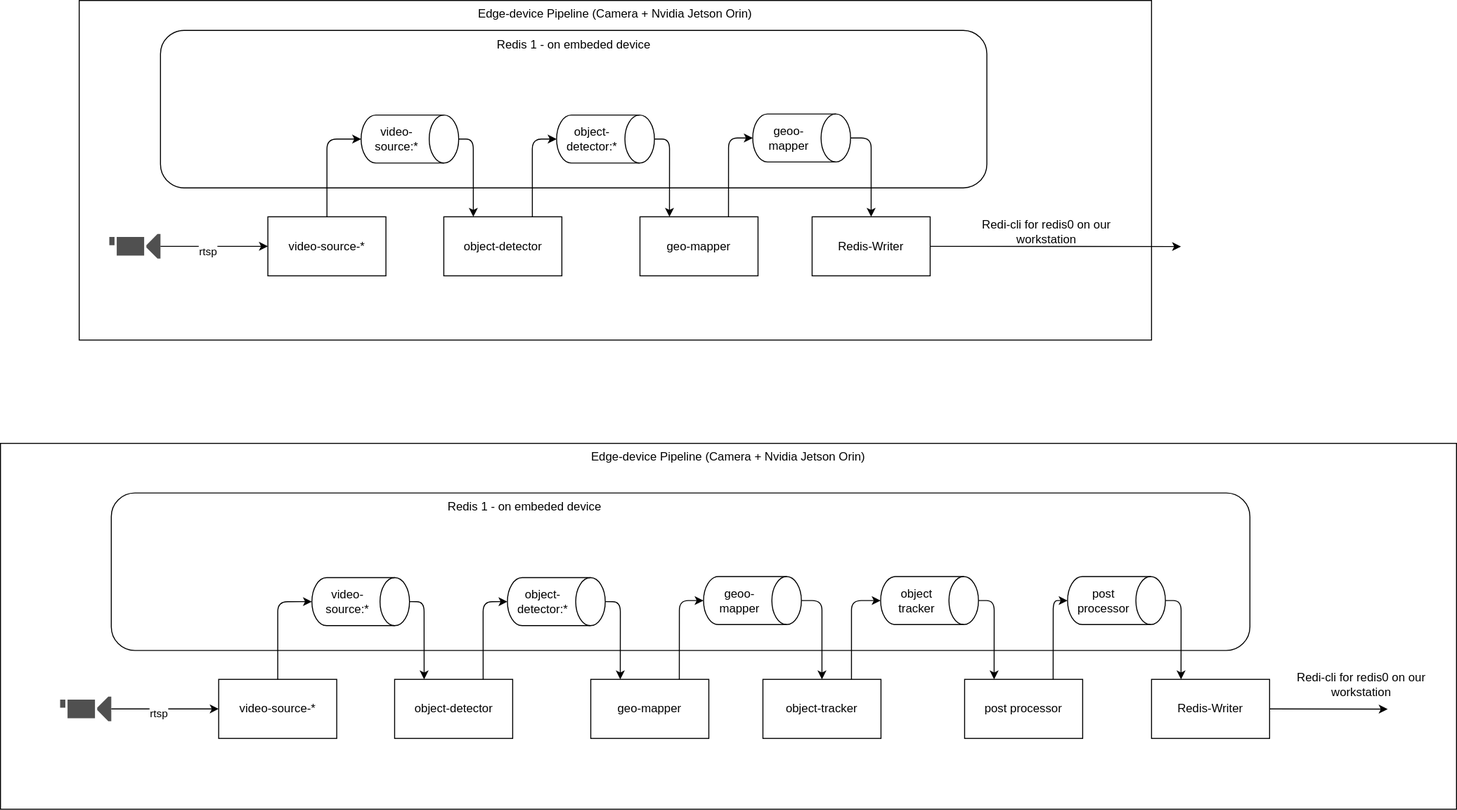
This is doc/edge_pipeline.drawio.svg from siri-rouser/Multi-Camera-Vision-Pipeline-YQ, a draw.io export, as it was before one commit. Source tidied: cells renumbered, new cells last; positions are measured from the earlier drawing's top-left corner, leaving out a move shared by most shapes. The source it was exported from:
```xml
<mxGraphModel>
  <root>
    <mxCell id="0" />
    <mxCell id="1" parent="0" />
    <mxCell id="2" value="Edge-device Pipeline (Camera + Nvidia Jetson Orin)" style="rounded=0;whiteSpace=wrap;html=1;verticalAlign=top;" parent="1" vertex="1">
      <mxGeometry x="80" width="1090" height="345" as="geometry" />
    </mxCell>
    <mxCell id="3" value="video-source-*" style="rounded=0;whiteSpace=wrap;html=1;" parent="1" vertex="1">
      <mxGeometry x="271.8" y="219.8" width="120" height="60" as="geometry" />
    </mxCell>
    <mxCell id="4" style="sketch=0;shadow=0;dashed=0;html=1;strokeColor=none;fillColor=#505050;labelPosition=center;verticalLabelPosition=bottom;verticalAlign=top;outlineConnect=0;align=center;shape=mxgraph.office.devices.video_camera;" parent="1" vertex="1">
      <mxGeometry x="110.6" y="237.3" width="52" height="25" as="geometry" />
    </mxCell>
    <mxCell id="5" value="rtsp" style="endArrow=classic;html=1;entryX=0;entryY=0.5;entryDx=0;entryDy=0;edgeStyle=orthogonalEdgeStyle;" parent="1" edge="1" source="4" target="3">
      <mxGeometry x="-0.11" y="-5" relative="1" as="geometry" />
    </mxCell>
    <mxCell id="6" value="&lt;font&gt;Multiple Video Stream&lt;/font&gt;" style="text;html=1;align=center;verticalAlign=middle;fillColor=none;fontColor=#FFFFFF;" parent="1" vertex="1">
      <mxGeometry x="80" y="265" width="140" height="30" as="geometry" />
    </mxCell>
    <mxCell id="7" value="object-detector" style="rounded=0;whiteSpace=wrap;html=1;" parent="1" vertex="1">
      <mxGeometry x="450.6" y="219.8" width="120" height="60" as="geometry" />
    </mxCell>
    <mxCell id="8" value="geo-mapper" style="rounded=0;whiteSpace=wrap;html=1;" parent="1" vertex="1">
      <mxGeometry x="650" y="219.8" width="120" height="60" as="geometry" />
    </mxCell>
    <mxCell id="9" style="rounded=1;whiteSpace=wrap;html=1;" parent="1" vertex="1">
      <mxGeometry x="162.6" y="30.4" width="840" height="160" as="geometry" />
    </mxCell>
    <mxCell id="10" style="edgeStyle=orthogonalEdgeStyle;html=1;exitX=0.5;exitY=0;exitDx=0;exitDy=0;exitPerimeter=0;entryX=0.25;entryY=0;entryDx=0;entryDy=0;" parent="1" edge="1" source="11" target="7">
      <mxGeometry relative="1" as="geometry" />
    </mxCell>
    <mxCell id="11" value="video-&lt;br&gt;source:*" style="shape=cylinder3;whiteSpace=wrap;html=1;boundedLbl=1;backgroundOutline=1;size=15;rotation=90;horizontal=0;" parent="1" vertex="1">
      <mxGeometry x="391.8" y="91.2" width="48.8" height="99.2" as="geometry" />
    </mxCell>
    <mxCell id="12" style="edgeStyle=orthogonalEdgeStyle;html=1;exitX=0.5;exitY=0;exitDx=0;exitDy=0;exitPerimeter=0;entryX=0.25;entryY=0;entryDx=0;entryDy=0;" parent="1" edge="1" source="13" target="8">
      <mxGeometry relative="1" as="geometry" />
    </mxCell>
    <mxCell id="13" value="object-detector:*" style="shape=cylinder3;whiteSpace=wrap;html=1;boundedLbl=1;backgroundOutline=1;size=15;rotation=90;horizontal=0;" parent="1" vertex="1">
      <mxGeometry x="590.6" y="91.1" width="48.8" height="99.4" as="geometry" />
    </mxCell>
    <mxCell id="14" style="edgeStyle=orthogonalEdgeStyle;html=1;exitX=0.5;exitY=0;exitDx=0;exitDy=0;exitPerimeter=0;entryX=0.5;entryY=0;entryDx=0;entryDy=0;" parent="1" edge="1" source="15" target="19">
      <mxGeometry relative="1" as="geometry" />
    </mxCell>
    <mxCell id="15" value="geoo-mapper" style="shape=cylinder3;whiteSpace=wrap;html=1;boundedLbl=1;backgroundOutline=1;size=15;rotation=90;horizontal=0;" parent="1" vertex="1">
      <mxGeometry x="790" y="90" width="48.8" height="99.4" as="geometry" />
    </mxCell>
    <mxCell id="16" style="edgeStyle=orthogonalEdgeStyle;html=1;entryX=0.5;entryY=1;entryDx=0;entryDy=0;entryPerimeter=0;" parent="1" edge="1" source="3" target="11">
      <mxGeometry relative="1" as="geometry" />
    </mxCell>
    <mxCell id="17" style="edgeStyle=orthogonalEdgeStyle;html=1;exitX=0.75;exitY=0;exitDx=0;exitDy=0;entryX=0.5;entryY=1;entryDx=0;entryDy=0;entryPerimeter=0;" parent="1" edge="1" source="7" target="13">
      <mxGeometry relative="1" as="geometry" />
    </mxCell>
    <mxCell id="18" style="edgeStyle=orthogonalEdgeStyle;html=1;exitX=0.75;exitY=0;exitDx=0;exitDy=0;entryX=0.5;entryY=1;entryDx=0;entryDy=0;entryPerimeter=0;" parent="1" edge="1" source="8" target="15">
      <mxGeometry relative="1" as="geometry" />
    </mxCell>
    <mxCell id="19" value="&lt;span style=&quot;font-weight: normal;&quot;&gt;Redis-Writer&lt;/span&gt;" style="rounded=0;whiteSpace=wrap;html=1;fontStyle=1;" parent="1" vertex="1">
      <mxGeometry x="825" y="219.8" width="120" height="60" as="geometry" />
    </mxCell>
    <mxCell id="20" value="Redis 1 - on embeded device" style="text;html=1;strokeColor=none;fillColor=none;align=center;verticalAlign=middle;whiteSpace=wrap;rounded=0;" parent="1" vertex="1">
      <mxGeometry x="497.6" y="30.4" width="170" height="30" as="geometry" />
    </mxCell>
    <mxCell id="21" value="Redi-cli for redis0 on our workstation" style="text;html=1;strokeColor=none;fillColor=none;align=center;verticalAlign=middle;whiteSpace=wrap;rounded=0;" parent="1" vertex="1">
      <mxGeometry x="980" y="210" width="167.4" height="50" as="geometry" />
    </mxCell>
    <mxCell id="22" style="endArrow=classic;html=1;exitX=1;exitY=0.5;exitDx=0;exitDy=0;" parent="1" edge="1" source="19">
      <mxGeometry relative="1" as="geometry">
        <mxPoint x="1200" y="250" as="targetPoint" />
      </mxGeometry>
    </mxCell>
    <mxCell id="23" value="Edge-device Pipeline (Camera + Nvidia Jetson Orin)" style="rounded=0;whiteSpace=wrap;html=1;verticalAlign=top;" parent="1" vertex="1">
      <mxGeometry y="450" width="1480" height="371.7" as="geometry" />
    </mxCell>
    <mxCell id="24" value="video-source-*" style="rounded=0;whiteSpace=wrap;html=1;" parent="1" vertex="1">
      <mxGeometry x="221.8" y="689.8" width="120" height="60" as="geometry" />
    </mxCell>
    <mxCell id="25" style="sketch=0;shadow=0;dashed=0;html=1;strokeColor=none;fillColor=#505050;labelPosition=center;verticalLabelPosition=bottom;verticalAlign=top;outlineConnect=0;align=center;shape=mxgraph.office.devices.video_camera;" parent="1" vertex="1">
      <mxGeometry x="60.6" y="707.3" width="52" height="25" as="geometry" />
    </mxCell>
    <mxCell id="26" value="rtsp" style="endArrow=classic;html=1;entryX=0;entryY=0.5;entryDx=0;entryDy=0;edgeStyle=orthogonalEdgeStyle;" parent="1" edge="1" source="25" target="24">
      <mxGeometry x="-0.11" y="-5" relative="1" as="geometry" />
    </mxCell>
    <mxCell id="27" value="&lt;font&gt;Multiple Video Stream&lt;/font&gt;" style="text;html=1;align=center;verticalAlign=middle;fillColor=none;fontColor=#FFFFFF;" parent="1" vertex="1">
      <mxGeometry x="30" y="735" width="140" height="30" as="geometry" />
    </mxCell>
    <mxCell id="28" value="object-detector" style="rounded=0;whiteSpace=wrap;html=1;" parent="1" vertex="1">
      <mxGeometry x="400.6" y="689.8" width="120" height="60" as="geometry" />
    </mxCell>
    <mxCell id="29" value="geo-mapper" style="rounded=0;whiteSpace=wrap;html=1;" parent="1" vertex="1">
      <mxGeometry x="600" y="689.8" width="120" height="60" as="geometry" />
    </mxCell>
    <mxCell id="30" style="rounded=1;whiteSpace=wrap;html=1;" parent="1" vertex="1">
      <mxGeometry x="112.6" y="500.4" width="1157.4" height="160" as="geometry" />
    </mxCell>
    <mxCell id="31" style="edgeStyle=orthogonalEdgeStyle;html=1;exitX=0.5;exitY=0;exitDx=0;exitDy=0;exitPerimeter=0;entryX=0.25;entryY=0;entryDx=0;entryDy=0;" parent="1" edge="1" source="32" target="28">
      <mxGeometry relative="1" as="geometry" />
    </mxCell>
    <mxCell id="32" value="video-&lt;br&gt;source:*" style="shape=cylinder3;whiteSpace=wrap;html=1;boundedLbl=1;backgroundOutline=1;size=15;rotation=90;horizontal=0;" parent="1" vertex="1">
      <mxGeometry x="341.8" y="561.2" width="48.8" height="99.2" as="geometry" />
    </mxCell>
    <mxCell id="33" style="edgeStyle=orthogonalEdgeStyle;html=1;exitX=0.5;exitY=0;exitDx=0;exitDy=0;exitPerimeter=0;entryX=0.25;entryY=0;entryDx=0;entryDy=0;" parent="1" edge="1" source="34" target="29">
      <mxGeometry relative="1" as="geometry" />
    </mxCell>
    <mxCell id="34" value="object-detector:*" style="shape=cylinder3;whiteSpace=wrap;html=1;boundedLbl=1;backgroundOutline=1;size=15;rotation=90;horizontal=0;" parent="1" vertex="1">
      <mxGeometry x="540.6" y="561.1" width="48.8" height="99.4" as="geometry" />
    </mxCell>
    <mxCell id="35" style="edgeStyle=orthogonalEdgeStyle;html=1;exitX=0.5;exitY=0;exitDx=0;exitDy=0;exitPerimeter=0;entryX=0.5;entryY=0;entryDx=0;entryDy=0;" parent="1" edge="1" source="36" target="40">
      <mxGeometry relative="1" as="geometry" />
    </mxCell>
    <mxCell id="36" value="geoo-mapper" style="shape=cylinder3;whiteSpace=wrap;html=1;boundedLbl=1;backgroundOutline=1;size=15;rotation=90;horizontal=0;" parent="1" vertex="1">
      <mxGeometry x="740" y="560" width="48.8" height="99.4" as="geometry" />
    </mxCell>
    <mxCell id="37" style="edgeStyle=orthogonalEdgeStyle;html=1;entryX=0.5;entryY=1;entryDx=0;entryDy=0;entryPerimeter=0;" parent="1" edge="1" source="24" target="32">
      <mxGeometry relative="1" as="geometry" />
    </mxCell>
    <mxCell id="38" style="edgeStyle=orthogonalEdgeStyle;html=1;exitX=0.75;exitY=0;exitDx=0;exitDy=0;entryX=0.5;entryY=1;entryDx=0;entryDy=0;entryPerimeter=0;" parent="1" edge="1" source="28" target="34">
      <mxGeometry relative="1" as="geometry" />
    </mxCell>
    <mxCell id="39" style="edgeStyle=orthogonalEdgeStyle;html=1;exitX=0.75;exitY=0;exitDx=0;exitDy=0;entryX=0.5;entryY=1;entryDx=0;entryDy=0;entryPerimeter=0;" parent="1" edge="1" source="29" target="36">
      <mxGeometry relative="1" as="geometry" />
    </mxCell>
    <mxCell id="40" value="&lt;span style=&quot;font-weight: normal;&quot;&gt;object-tracker&lt;/span&gt;" style="rounded=0;whiteSpace=wrap;html=1;fontStyle=1;" parent="1" vertex="1">
      <mxGeometry x="775" y="689.8" width="120" height="60" as="geometry" />
    </mxCell>
    <mxCell id="41" value="Redis 1 - on embeded device" style="text;html=1;strokeColor=none;fillColor=none;align=center;verticalAlign=middle;whiteSpace=wrap;rounded=0;" parent="1" vertex="1">
      <mxGeometry x="447.6" y="500.4" width="170" height="30" as="geometry" />
    </mxCell>
    <mxCell id="42" value="Redi-cli for redis0 on our workstation" style="text;html=1;strokeColor=none;fillColor=none;align=center;verticalAlign=middle;whiteSpace=wrap;rounded=0;" parent="1" vertex="1">
      <mxGeometry x="1300" y="670" width="167.4" height="50" as="geometry" />
    </mxCell>
    <mxCell id="43" style="endArrow=classic;html=1;exitX=1;exitY=0.5;exitDx=0;exitDy=0;" parent="1" edge="1" source="45">
      <mxGeometry relative="1" as="geometry">
        <mxPoint x="1410" y="720" as="targetPoint" />
      </mxGeometry>
    </mxCell>
    <mxCell id="44" value="object tracker" style="shape=cylinder3;whiteSpace=wrap;html=1;boundedLbl=1;backgroundOutline=1;size=15;rotation=90;horizontal=0;" parent="1" vertex="1">
      <mxGeometry x="920" y="560" width="48.8" height="99.4" as="geometry" />
    </mxCell>
    <mxCell id="45" value="&lt;span style=&quot;font-weight: normal;&quot;&gt;Redis-Writer&lt;/span&gt;" style="rounded=0;whiteSpace=wrap;html=1;fontStyle=1;" parent="1" vertex="1">
      <mxGeometry x="1170" y="689.8" width="120" height="60" as="geometry" />
    </mxCell>
    <mxCell id="46" style="edgeStyle=orthogonalEdgeStyle;html=1;exitX=0.75;exitY=0;exitDx=0;exitDy=0;entryX=0.5;entryY=1;entryDx=0;entryDy=0;entryPerimeter=0;" parent="1" edge="1" source="40" target="44">
      <mxGeometry relative="1" as="geometry" />
    </mxCell>
    <mxCell id="47" value="&lt;span style=&quot;font-weight: 400;&quot;&gt;post processor&lt;/span&gt;" style="rounded=0;whiteSpace=wrap;html=1;fontStyle=1;" parent="1" vertex="1">
      <mxGeometry x="980" y="689.8" width="120" height="60" as="geometry" />
    </mxCell>
    <mxCell id="48" style="edgeStyle=orthogonalEdgeStyle;html=1;exitX=0.5;exitY=0;exitDx=0;exitDy=0;exitPerimeter=0;entryX=0.25;entryY=0;entryDx=0;entryDy=0;" parent="1" edge="1" target="47">
      <mxGeometry relative="1" as="geometry">
        <mxPoint x="994.1" y="609.7" as="sourcePoint" />
        <Array as="points">
          <mxPoint x="1010" y="610" />
        </Array>
      </mxGeometry>
    </mxCell>
    <mxCell id="49" value="post processor" style="shape=cylinder3;whiteSpace=wrap;html=1;boundedLbl=1;backgroundOutline=1;size=15;rotation=90;horizontal=0;" parent="1" vertex="1">
      <mxGeometry x="1110" y="560" width="48.8" height="99.4" as="geometry" />
    </mxCell>
    <mxCell id="50" style="edgeStyle=orthogonalEdgeStyle;html=1;exitX=0.75;exitY=0;exitDx=0;exitDy=0;entryX=0.5;entryY=1;entryDx=0;entryDy=0;entryPerimeter=0;" parent="1" edge="1" source="47" target="49">
      <mxGeometry relative="1" as="geometry" />
    </mxCell>
    <mxCell id="51" style="edgeStyle=orthogonalEdgeStyle;html=1;exitX=0.5;exitY=0;exitDx=0;exitDy=0;exitPerimeter=0;entryX=0.25;entryY=0;entryDx=0;entryDy=0;" parent="1" edge="1" source="49" target="45">
      <mxGeometry relative="1" as="geometry">
        <Array as="points">
          <mxPoint x="1200" y="610" />
        </Array>
      </mxGeometry>
    </mxCell>
  </root>
</mxGraphModel>
```
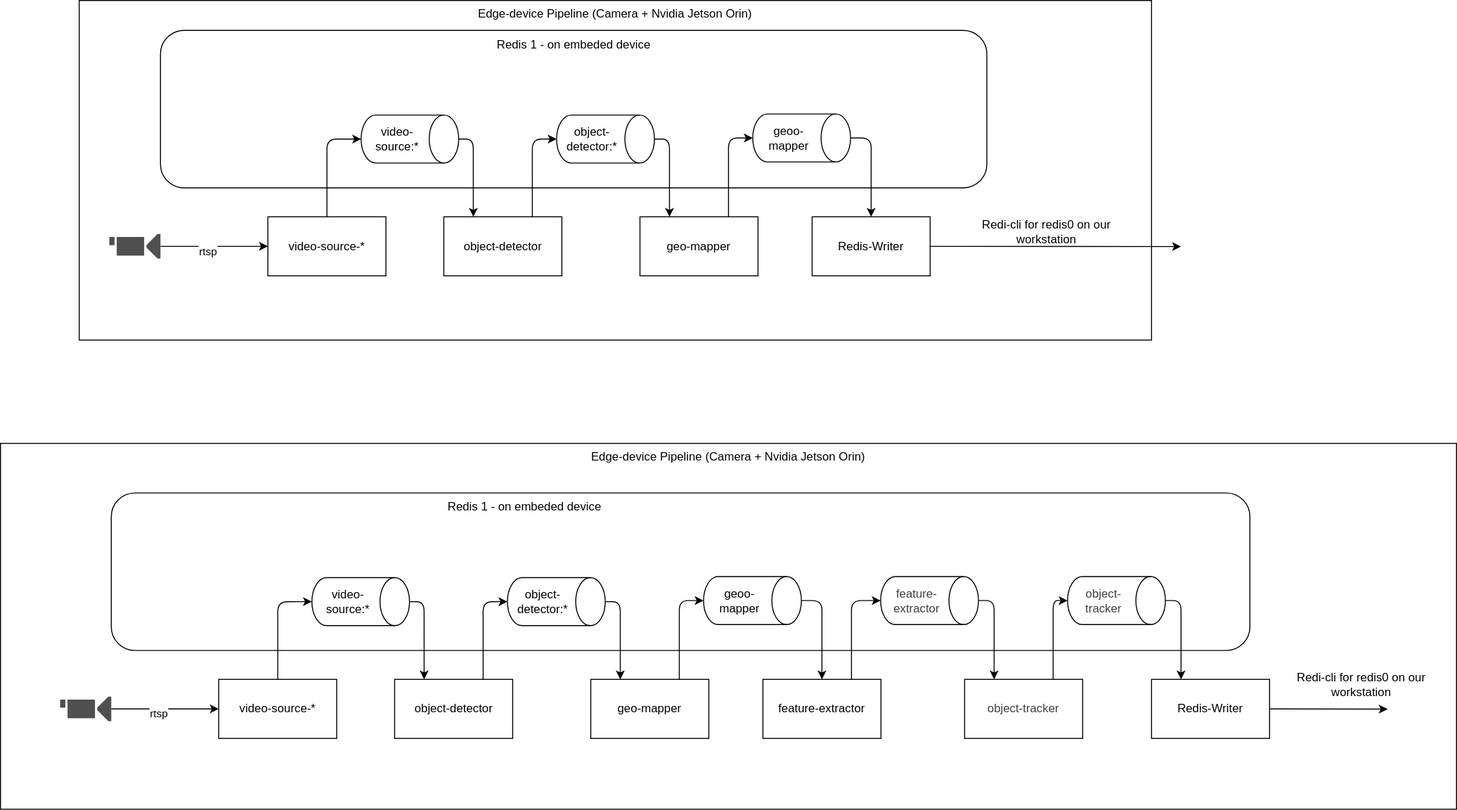
Later version of the same file.

Change to the diagram source:
```diff
@@ -118,7 +118,7 @@
     <mxCell id="39" style="edgeStyle=orthogonalEdgeStyle;html=1;exitX=0.75;exitY=0;exitDx=0;exitDy=0;entryX=0.5;entryY=1;entryDx=0;entryDy=0;entryPerimeter=0;" parent="1" edge="1" source="29" target="36">
       <mxGeometry relative="1" as="geometry" />
     </mxCell>
-    <mxCell id="40" value="&lt;span style=&quot;font-weight: normal;&quot;&gt;object-tracker&lt;/span&gt;" style="rounded=0;whiteSpace=wrap;html=1;fontStyle=1;" parent="1" vertex="1">
+    <mxCell id="40" value="&lt;span style=&quot;font-weight: normal;&quot;&gt;feature-extractor&lt;/span&gt;" style="rounded=0;whiteSpace=wrap;html=1;fontStyle=1;" parent="1" vertex="1">
       <mxGeometry x="775" y="689.8" width="120" height="60" as="geometry" />
     </mxCell>
     <mxCell id="41" value="Redis 1 - on embeded device" style="text;html=1;strokeColor=none;fillColor=none;align=center;verticalAlign=middle;whiteSpace=wrap;rounded=0;" parent="1" vertex="1">
@@ -132,7 +132,7 @@
         <mxPoint x="1410" y="720" as="targetPoint" />
       </mxGeometry>
     </mxCell>
-    <mxCell id="44" value="object tracker" style="shape=cylinder3;whiteSpace=wrap;html=1;boundedLbl=1;backgroundOutline=1;size=15;rotation=90;horizontal=0;" parent="1" vertex="1">
+    <mxCell id="44" value="&lt;span style=&quot;color: rgb(63, 63, 63);&quot;&gt;feature-extractor&lt;/span&gt;" style="shape=cylinder3;whiteSpace=wrap;html=1;boundedLbl=1;backgroundOutline=1;size=15;rotation=90;horizontal=0;" parent="1" vertex="1">
       <mxGeometry x="920" y="560" width="48.8" height="99.4" as="geometry" />
     </mxCell>
     <mxCell id="45" value="&lt;span style=&quot;font-weight: normal;&quot;&gt;Redis-Writer&lt;/span&gt;" style="rounded=0;whiteSpace=wrap;html=1;fontStyle=1;" parent="1" vertex="1">
@@ -141,7 +141,7 @@
     <mxCell id="46" style="edgeStyle=orthogonalEdgeStyle;html=1;exitX=0.75;exitY=0;exitDx=0;exitDy=0;entryX=0.5;entryY=1;entryDx=0;entryDy=0;entryPerimeter=0;" parent="1" edge="1" source="40" target="44">
       <mxGeometry relative="1" as="geometry" />
     </mxCell>
-    <mxCell id="47" value="&lt;span style=&quot;font-weight: 400;&quot;&gt;post processor&lt;/span&gt;" style="rounded=0;whiteSpace=wrap;html=1;fontStyle=1;" parent="1" vertex="1">
+    <mxCell id="47" value="&lt;span style=&quot;color: rgb(63, 63, 63); font-weight: 400;&quot;&gt;object-tracker&lt;/span&gt;" style="rounded=0;whiteSpace=wrap;html=1;fontStyle=1;" parent="1" vertex="1">
       <mxGeometry x="980" y="689.8" width="120" height="60" as="geometry" />
     </mxCell>
     <mxCell id="48" style="edgeStyle=orthogonalEdgeStyle;html=1;exitX=0.5;exitY=0;exitDx=0;exitDy=0;exitPerimeter=0;entryX=0.25;entryY=0;entryDx=0;entryDy=0;" parent="1" edge="1" target="47">
@@ -152,7 +152,7 @@
         </Array>
       </mxGeometry>
     </mxCell>
-    <mxCell id="49" value="post processor" style="shape=cylinder3;whiteSpace=wrap;html=1;boundedLbl=1;backgroundOutline=1;size=15;rotation=90;horizontal=0;" parent="1" vertex="1">
+    <mxCell id="49" value="&lt;span style=&quot;color: rgb(63, 63, 63);&quot;&gt;object-tracker&lt;/span&gt;" style="shape=cylinder3;whiteSpace=wrap;html=1;boundedLbl=1;backgroundOutline=1;size=15;rotation=90;horizontal=0;" parent="1" vertex="1">
       <mxGeometry x="1110" y="560" width="48.8" height="99.4" as="geometry" />
     </mxCell>
     <mxCell id="50" style="edgeStyle=orthogonalEdgeStyle;html=1;exitX=0.75;exitY=0;exitDx=0;exitDy=0;entryX=0.5;entryY=1;entryDx=0;entryDy=0;entryPerimeter=0;" parent="1" edge="1" source="47" target="49">
```
